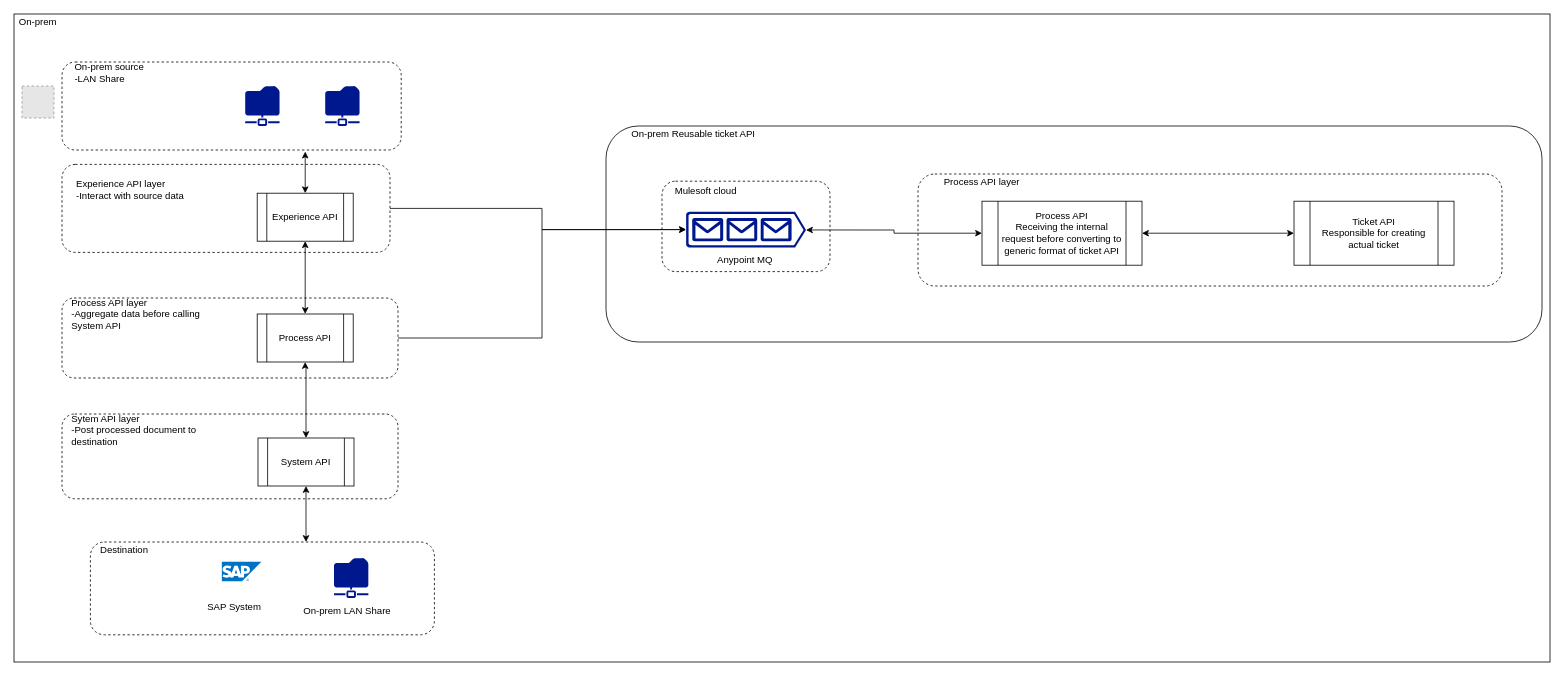
Jaktip/jty-fn keeps this draw.io diagram as page "Pattern_1" (2 of 4) of Untitled Diagram.drawio. Above is the earlier version. Source tidied: cells renumbered, new cells numbered last; positions are measured from the earlier drawing's top-left corner, leaving out a move shared by most shapes. Both pictures are drawn from the tidied source at 80%, with x=0, y=0 at pixel (14, 14). Pictures stored in the file or linked from it are replaced by grey dashed boxes.
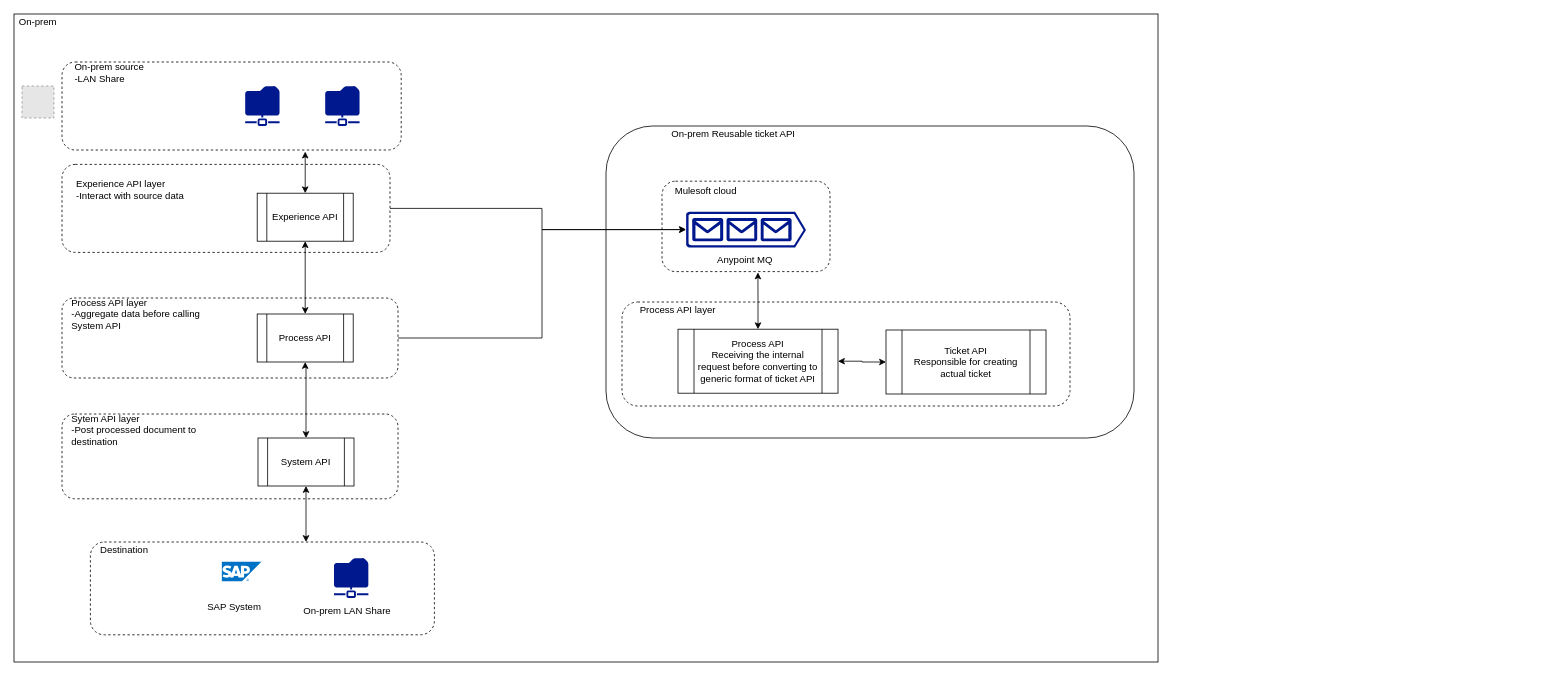
After the change.

The change refers to these unchanged cells:
```xml
<mxCell id="36" style="rounded=1;whiteSpace=wrap;html=1;dashed=1;fillColor=none;" parent="1" vertex="1">
  <mxGeometry x="810" y="209" width="210" height="113" as="geometry" />
</mxCell>
<mxCell id="38" style="shadow=0;dashed=0;html=1;strokeColor=none;labelPosition=center;verticalLabelPosition=bottom;verticalAlign=top;align=center;fillColor=#00188D;shape=mxgraph.azure.queue_generic;rounded=1;" parent="1" vertex="1">
  <mxGeometry x="840" y="247" width="150" height="45" as="geometry" />
</mxCell>
```

Change to the diagram source:
```diff
@@
     <mxCell id="3" style="rounded=0;whiteSpace=wrap;html=1;fillColor=none;" parent="1" vertex="1">
-      <mxGeometry width="1920" height="810" as="geometry" />
+      <mxGeometry width="1430" height="810" as="geometry" />
     </mxCell>
     <mxCell id="4" style="rounded=1;whiteSpace=wrap;html=1;fillColor=none;" parent="1" vertex="1">
-      <mxGeometry x="740" y="140" width="1170" height="270" as="geometry" />
+      <mxGeometry x="740" y="140" width="660" height="390" as="geometry" />
     </mxCell>
     <mxCell id="5" style="rounded=1;whiteSpace=wrap;html=1;dashed=1;fillColor=none;" parent="1" vertex="1">
-      <mxGeometry x="1130" y="200" width="730" height="140" as="geometry" />
+      <mxGeometry x="760" y="360" width="560" height="130" as="geometry" />
     </mxCell>
@@
-    <mxCell id="30" style="edgeStyle=orthogonalEdgeStyle;rounded=0;jettySize=auto;html=1;entryX=1;entryY=0.51;entryDx=0;entryDy=0;entryPerimeter=0;startArrow=classic;startFill=1;" parent="1" edge="1" source="31" target="38">
-      <mxGeometry relative="1" as="geometry" />
-    </mxCell>
+    <mxCell id="42" style="edgeStyle=orthogonalEdgeStyle;rounded=0;jettySize=auto;html=1;entryX=0.571;entryY=1.009;entryDx=0;entryDy=0;entryPerimeter=0;startArrow=classic;startFill=1;endArrow=classic;endFill=1;" parent="1" edge="1" source="31" target="36">
+      <mxGeometry relative="1" as="geometry" />
+    </mxCell>
     <mxCell id="31" value="Process API&lt;br&gt;Receiving the internal request before converting to generic format of ticket API" style="shape=process;whiteSpace=wrap;html=1;backgroundOutline=1;align=center;" parent="1" vertex="1">
-      <mxGeometry x="1210" y="234" width="200" height="80" as="geometry" />
+      <mxGeometry x="830" y="394" width="200" height="80" as="geometry" />
     </mxCell>
     <mxCell id="32" value="On-prem Reusable ticket API" style="text;html=1;strokeColor=none;fillColor=none;align=left;verticalAlign=middle;whiteSpace=wrap;rounded=0;dashed=1;" parent="1" vertex="1">
-      <mxGeometry x="770" y="140" width="170" height="20" as="geometry" />
+      <mxGeometry x="820" y="140" width="170" height="20" as="geometry" />
     </mxCell>
     <mxCell id="33" value="Process API layer" style="text;html=1;strokeColor=none;fillColor=none;align=center;verticalAlign=middle;whiteSpace=wrap;rounded=0;" parent="1" vertex="1">
-      <mxGeometry x="1140" y="200" width="140" height="20" as="geometry" />
+      <mxGeometry x="760" y="360" width="140" height="20" as="geometry" />
     </mxCell>
     <mxCell id="34" value="Ticket API&lt;br&gt;Responsible for creating actual ticket" style="shape=process;whiteSpace=wrap;html=1;backgroundOutline=1;align=center;" parent="1" vertex="1">
-      <mxGeometry x="1600" y="234" width="200" height="80" as="geometry" />
+      <mxGeometry x="1090" y="395" width="200" height="80" as="geometry" />
     </mxCell>
```
